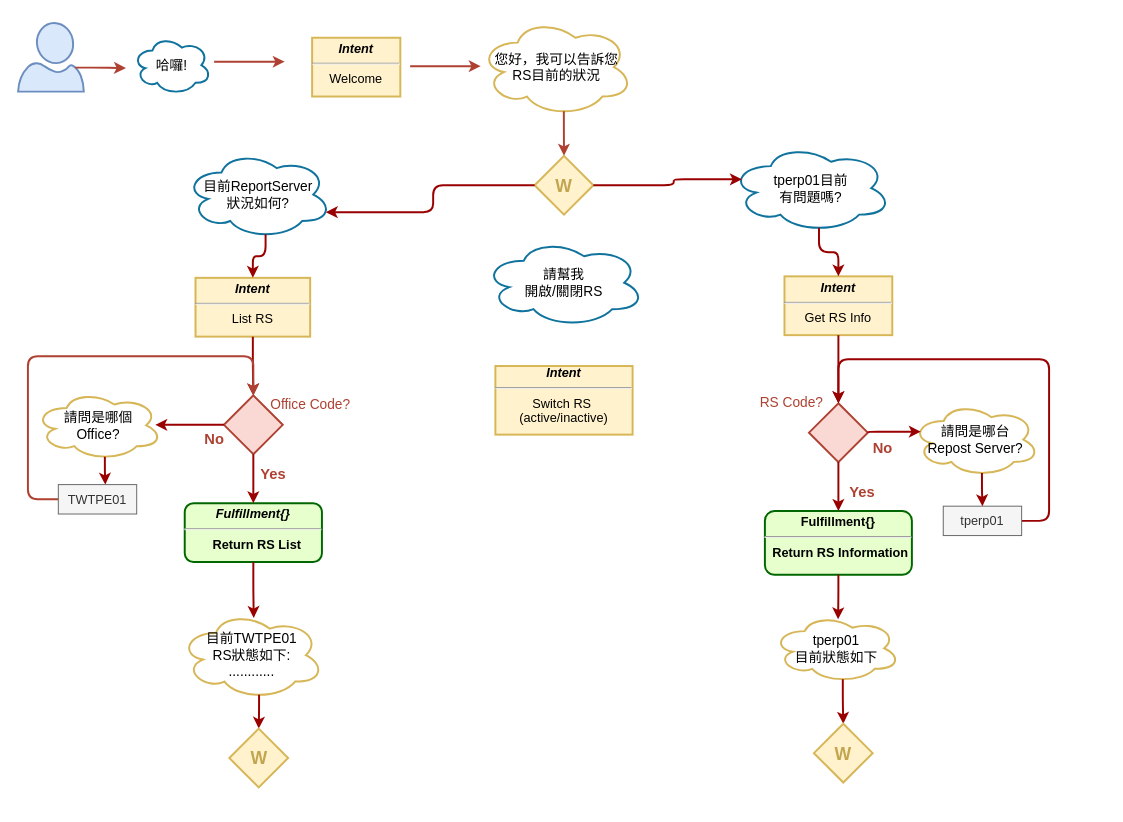
Above: page "whl_report" (3 of 3) of resources/assets/qa_bot dialog flow.drawio in shihxuancheng/qa_bot (draw.io), before the change. Source tidied: cells renumbered, new cells numbered last; positions are measured from the earlier drawing's top-left corner, leaving out a move shared by most shapes. Both pictures are drawn from the tidied source at 98%, with x=0, y=0 at pixel (18, 18).
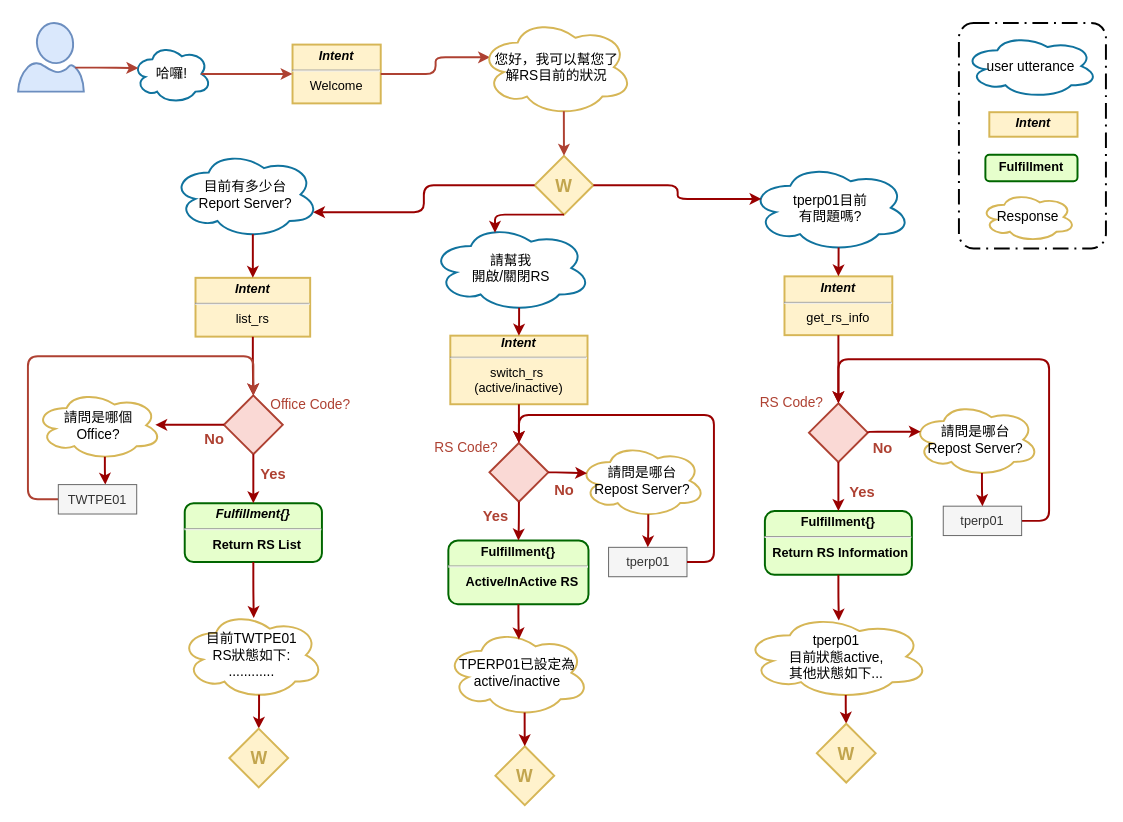
After the change.

Unchanged cells that the change refers to:
```xml
<mxCell id="5" style="verticalLabelPosition=bottom;html=1;verticalAlign=top;align=center;strokeColor=#6c8ebf;fillColor=#dae8fc;shape=mxgraph.azure.user;strokeWidth=2;" parent="1" vertex="1">
  <mxGeometry y="5" width="67" height="70" as="geometry" />
</mxCell>
<mxCell id="33" value="&lt;p style=&quot;line-height: 100%; font-size: 18px;&quot;&gt;W&lt;/p&gt;" style="strokeWidth=2;html=1;shape=mxgraph.flowchart.decision;whiteSpace=wrap;shadow=0;fillColor=#fff2cc;fontSize=18;labelBorderColor=none;strokeColor=#d6b656;spacing=0;fontStyle=1;fontColor=#C2A54E;" parent="1" vertex="1">
  <mxGeometry x="527" y="140.5" width="60" height="60" as="geometry" />
</mxCell>
```

Diff of the diagram source:
```diff
@@
-    <mxCell id="2" value="&lt;p style=&quot;margin: 4px 0px 0px ; font-size: 13px&quot;&gt;&lt;b style=&quot;font-size: 13px&quot;&gt;&lt;i style=&quot;font-size: 13px&quot;&gt;Intent&lt;/i&gt;&lt;/b&gt;&lt;/p&gt;&lt;hr style=&quot;font-size: 13px&quot;&gt;&lt;div style=&quot;height: 2px ; font-size: 13px&quot;&gt;List RS&lt;/div&gt;" style="verticalAlign=top;align=center;overflow=fill;fontSize=13;fontFamily=Helvetica;html=1;fillColor=#fff2cc;strokeColor=#d6b656;gradientColor=none;strokeWidth=2;" parent="1" vertex="1">
+    <mxCell id="2" value="&lt;p style=&quot;margin: 4px 0px 0px ; font-size: 13px&quot;&gt;&lt;b style=&quot;font-size: 13px&quot;&gt;&lt;i style=&quot;font-size: 13px&quot;&gt;Intent&lt;/i&gt;&lt;/b&gt;&lt;/p&gt;&lt;hr style=&quot;font-size: 13px&quot;&gt;&lt;div style=&quot;height: 2px ; font-size: 13px&quot;&gt;list_rs&lt;/div&gt;" style="verticalAlign=top;align=center;overflow=fill;fontSize=13;fontFamily=Helvetica;html=1;fillColor=#fff2cc;strokeColor=#d6b656;gradientColor=none;strokeWidth=2;" parent="1" vertex="1">
       <mxGeometry x="181" y="265" width="117" height="60" as="geometry" />
     </mxCell>
-    <mxCell id="3" value="&lt;b&gt;&lt;i&gt;Intent&lt;/i&gt;&lt;/b&gt;&lt;br&gt;&lt;hr&gt;Switch RS&amp;nbsp;&lt;br&gt;(active/inactive)&lt;br&gt;" style="verticalAlign=top;align=center;overflow=fill;fontSize=13;fontFamily=Helvetica;fillColor=#fff2cc;strokeColor=#d6b656;gradientColor=none;strokeWidth=2;html=1;" parent="1" vertex="1">
-      <mxGeometry x="487" y="355" width="140" height="70" as="geometry" />
+    <mxCell id="3" value="&lt;b&gt;&lt;i&gt;Intent&lt;/i&gt;&lt;/b&gt;&lt;br&gt;&lt;hr&gt;switch_rs&amp;nbsp;&lt;br&gt;(active/inactive)" style="verticalAlign=top;align=center;overflow=fill;fontSize=13;fontFamily=Helvetica;fillColor=#fff2cc;strokeColor=#d6b656;gradientColor=none;strokeWidth=2;html=1;" parent="1" vertex="1">
+      <mxGeometry x="441" y="324" width="140" height="70" as="geometry" />
     </mxCell>
-    <mxCell id="4" value="&lt;p style=&quot;margin: 4px 0px 0px ; font-size: 13px&quot;&gt;&lt;b style=&quot;font-size: 13px&quot;&gt;&lt;i style=&quot;font-size: 13px&quot;&gt;Intent&lt;/i&gt;&lt;/b&gt;&lt;/p&gt;&lt;hr style=&quot;font-size: 13px&quot;&gt;&lt;div style=&quot;height: 2px ; font-size: 13px&quot;&gt;Get RS Info&lt;/div&gt;" style="verticalAlign=top;align=center;overflow=fill;fontSize=13;fontFamily=Helvetica;html=1;fillColor=#fff2cc;strokeColor=#d6b656;strokeWidth=2;" parent="1" vertex="1">
+    <mxCell id="4" value="&lt;p style=&quot;margin: 4px 0px 0px ; font-size: 13px&quot;&gt;&lt;b style=&quot;font-size: 13px&quot;&gt;&lt;i style=&quot;font-size: 13px&quot;&gt;Intent&lt;/i&gt;&lt;/b&gt;&lt;/p&gt;&lt;hr style=&quot;font-size: 13px&quot;&gt;&lt;div style=&quot;height: 2px ; font-size: 13px&quot;&gt;get_rs_info&lt;/div&gt;" style="verticalAlign=top;align=center;overflow=fill;fontSize=13;fontFamily=Helvetica;html=1;fillColor=#fff2cc;strokeColor=#d6b656;strokeWidth=2;" parent="1" vertex="1">
       <mxGeometry x="782" y="263.5" width="110" height="60" as="geometry" />
     </mxCell>
@@
-    <mxCell id="22" value="目前ReportServer&lt;br&gt;狀況如何?" style="ellipse;shape=cloud;whiteSpace=wrap;html=1;rounded=0;shadow=0;glass=0;comic=0;strokeColor=#10739e;strokeWidth=2;fillColor=none;fontSize=14;" parent="1" vertex="1">
-      <mxGeometry x="170" y="135" width="150" height="90" as="geometry" />
+    <mxCell id="22" value="目前有多少台&lt;br&gt;Report Server?" style="ellipse;shape=cloud;whiteSpace=wrap;html=1;rounded=0;shadow=0;glass=0;comic=0;strokeColor=#10739e;strokeWidth=2;fillColor=none;fontSize=14;" parent="1" vertex="1">
+      <mxGeometry x="157" y="135" width="150" height="90" as="geometry" />
     </mxCell>
@@
     <mxCell id="30" value="哈囉!" style="ellipse;shape=cloud;whiteSpace=wrap;html=1;rounded=0;shadow=0;glass=0;comic=0;strokeColor=#10739e;strokeWidth=2;fillColor=none;fontSize=14;" parent="1" vertex="1">
-      <mxGeometry x="117" y="18" width="80" height="60" as="geometry" />
+      <mxGeometry x="117" y="27" width="80" height="60" as="geometry" />
     </mxCell>
-    <mxCell id="31" style="strokeColor=#AE4132;strokeWidth=2;exitX=0.87;exitY=0.65;exitDx=0;exitDy=0;rounded=1;edgeStyle=elbowEdgeStyle;fontSize=13;exitPerimeter=0;" parent="1" edge="1" source="5">
-      <mxGeometry relative="1" as="geometry">
-        <mxPoint x="110" y="51" as="targetPoint" />
-      </mxGeometry>
+    <mxCell id="31" style="strokeColor=#AE4132;strokeWidth=2;exitX=0.87;exitY=0.65;exitDx=0;exitDy=0;rounded=1;edgeStyle=elbowEdgeStyle;fontSize=13;exitPerimeter=0;entryX=0.07;entryY=0.4;entryDx=0;entryDy=0;entryPerimeter=0;" parent="1" edge="1" source="5" target="30">
+      <mxGeometry relative="1" as="geometry" />
     </mxCell>
     <mxCell id="32" value="&lt;p style=&quot;margin: 4px 0px 0px ; font-size: 13px&quot;&gt;&lt;b style=&quot;font-size: 13px&quot;&gt;&lt;i style=&quot;font-size: 13px&quot;&gt;Intent&lt;/i&gt;&lt;/b&gt;&lt;/p&gt;&lt;hr style=&quot;font-size: 13px&quot;&gt;&lt;div style=&quot;height: 2px ; font-size: 13px&quot;&gt;Welcome&lt;/div&gt;" style="verticalAlign=top;align=center;overflow=fill;fontSize=13;fontFamily=Helvetica;html=1;fillColor=#fff2cc;strokeColor=#d6b656;strokeWidth=2;" parent="1" vertex="1">
-      <mxGeometry x="300" y="20" width="90" height="60" as="geometry" />
+      <mxGeometry x="280" y="27" width="90" height="60" as="geometry" />
     </mxCell>
@@
-    <mxCell id="34" style="strokeColor=#AE4132;strokeWidth=2;exitX=0.87;exitY=0.65;exitDx=0;exitDy=0;entryX=0.16;entryY=0.55;entryDx=0;entryDy=0;rounded=1;edgeStyle=elbowEdgeStyle;fontSize=13;exitPerimeter=0;entryPerimeter=0;" parent="1" edge="1">
-      <mxGeometry relative="1" as="geometry">
-        <mxPoint x="200" y="44.5" as="sourcePoint" />
-        <mxPoint x="272" y="44.5" as="targetPoint" />
-      </mxGeometry>
+    <mxCell id="34" style="strokeColor=#AE4132;strokeWidth=2;entryX=0;entryY=0.5;entryDx=0;entryDy=0;rounded=1;edgeStyle=elbowEdgeStyle;fontSize=13;exitX=0.875;exitY=0.5;exitDx=0;exitDy=0;exitPerimeter=0;" parent="1" edge="1" source="30" target="32">
+      <mxGeometry relative="1" as="geometry" />
     </mxCell>
-    <mxCell id="35" style="strokeColor=#AE4132;strokeWidth=2;exitX=0.87;exitY=0.65;exitDx=0;exitDy=0;entryX=0.16;entryY=0.55;entryDx=0;entryDy=0;rounded=1;edgeStyle=elbowEdgeStyle;fontSize=13;exitPerimeter=0;entryPerimeter=0;" parent="1" edge="1">
-      <mxGeometry relative="1" as="geometry">
-        <mxPoint x="400" y="49" as="sourcePoint" />
-        <mxPoint x="472" y="49" as="targetPoint" />
-      </mxGeometry>
+    <mxCell id="35" style="strokeColor=#AE4132;strokeWidth=2;exitX=1;exitY=0.5;exitDx=0;exitDy=0;entryX=0.07;entryY=0.4;entryDx=0;entryDy=0;rounded=1;edgeStyle=elbowEdgeStyle;fontSize=13;entryPerimeter=0;" parent="1" edge="1" source="32" target="36">
+      <mxGeometry relative="1" as="geometry" />
     </mxCell>
-    <mxCell id="36" value="您好，我可以告訴您&lt;br&gt;RS目前的狀況" style="ellipse;shape=cloud;whiteSpace=wrap;html=1;rounded=0;shadow=0;glass=0;comic=0;strokeColor=#D6B656;strokeWidth=2;fillColor=none;fontSize=14;" parent="1" vertex="1">
+    <mxCell id="36" value="您好，我可以幫您了&lt;br&gt;解RS目前的狀況" style="ellipse;shape=cloud;whiteSpace=wrap;html=1;rounded=0;shadow=0;glass=0;comic=0;strokeColor=#D6B656;strokeWidth=2;fillColor=none;fontSize=14;" parent="1" vertex="1">
       <mxGeometry x="470.5" width="157" height="100" as="geometry" />
     </mxCell>
@@
     <mxCell id="40" value="tperp01目前&lt;br&gt;有問題嗎?" style="ellipse;shape=cloud;whiteSpace=wrap;html=1;rounded=0;shadow=0;glass=0;comic=0;strokeColor=#10739e;strokeWidth=2;fillColor=none;fontSize=14;" parent="1" vertex="1">
-      <mxGeometry x="727" y="128.5" width="164" height="90" as="geometry" />
+      <mxGeometry x="747" y="148.5" width="164" height="90" as="geometry" />
     </mxCell>
@@
-    <mxCell id="45" value="tperp01&lt;br&gt;目前狀態如下" style="ellipse;shape=cloud;whiteSpace=wrap;html=1;rounded=0;shadow=0;glass=0;comic=0;strokeColor=#D6B656;strokeWidth=2;fillColor=none;fontSize=14;" parent="1" vertex="1">
-      <mxGeometry x="770" y="608" width="130" height="70" as="geometry" />
+    <mxCell id="45" value="tperp01&lt;br&gt;目前狀態active, &lt;br&gt;其他狀態如下..." style="ellipse;shape=cloud;whiteSpace=wrap;html=1;rounded=0;shadow=0;glass=0;comic=0;strokeColor=#D6B656;strokeWidth=2;fillColor=none;fontSize=14;" parent="1" vertex="1">
+      <mxGeometry x="740" y="608" width="190" height="87" as="geometry" />
     </mxCell>
@@
     <mxCell id="48" value="&lt;p style=&quot;line-height: 100%; font-size: 18px;&quot;&gt;W&lt;/p&gt;" style="strokeWidth=2;html=1;shape=mxgraph.flowchart.decision;whiteSpace=wrap;shadow=0;fillColor=#fff2cc;fontSize=18;labelBorderColor=none;strokeColor=#d6b656;spacing=0;fontStyle=1;fontColor=#C2A54E;" parent="1" vertex="1">
-      <mxGeometry x="812" y="720" width="60" height="60" as="geometry" />
+      <mxGeometry x="815" y="720" width="60" height="60" as="geometry" />
     </mxCell>
@@
-    <mxCell id="50" style="strokeColor=#990000;strokeWidth=2;exitX=0;exitY=0.5;exitDx=0;exitDy=0;rounded=1;edgeStyle=orthogonalEdgeStyle;elbow=vertical;fontSize=13;exitPerimeter=0;entryX=0.96;entryY=0.7;entryDx=0;entryDy=0;entryPerimeter=0;" parent="1" edge="1" source="33" target="22">
+    <mxCell id="50" style="strokeColor=#990000;strokeWidth=2;exitX=0;exitY=0.5;exitDx=0;exitDy=0;rounded=1;edgeStyle=elbowEdgeStyle;fontSize=13;exitPerimeter=0;entryX=0.96;entryY=0.7;entryDx=0;entryDy=0;entryPerimeter=0;" parent="1" edge="1" source="33" target="22">
       <mxGeometry relative="1" as="geometry" />
     </mxCell>
-    <mxCell id="51" style="strokeColor=#990000;strokeWidth=2;exitX=1;exitY=0.5;exitDx=0;exitDy=0;rounded=1;edgeStyle=orthogonalEdgeStyle;elbow=vertical;fontSize=13;exitPerimeter=0;entryX=0.07;entryY=0.4;entryDx=0;entryDy=0;entryPerimeter=0;" parent="1" edge="1" source="33" target="40">
-      <mxGeometry relative="1" as="geometry">
-        <Array as="points">
-          <mxPoint x="669" y="171" />
-          <mxPoint x="669" y="165" />
-        </Array>
-      </mxGeometry>
+    <mxCell id="51" style="strokeColor=#990000;strokeWidth=2;exitX=1;exitY=0.5;exitDx=0;exitDy=0;rounded=1;edgeStyle=elbowEdgeStyle;fontSize=13;exitPerimeter=0;entryX=0.07;entryY=0.4;entryDx=0;entryDy=0;entryPerimeter=0;" parent="1" edge="1" source="33" target="40">
+      <mxGeometry relative="1" as="geometry" />
     </mxCell>
     <mxCell id="52" value="請幫我&lt;br&gt;開啟/關閉RS" style="ellipse;shape=cloud;whiteSpace=wrap;html=1;rounded=0;shadow=0;glass=0;comic=0;strokeColor=#10739e;strokeWidth=2;fillColor=none;fontSize=14;" parent="1" vertex="1">
-      <mxGeometry x="475" y="225" width="164" height="90" as="geometry" />
+      <mxGeometry x="421" y="210" width="164" height="90" as="geometry" />
     </mxCell>
+    <mxCell id="53" style="strokeColor=#990000;strokeWidth=2;exitX=0.55;exitY=0.95;exitDx=0;exitDy=0;entryX=0.5;entryY=0;entryDx=0;entryDy=0;rounded=1;edgeStyle=elbowEdgeStyle;elbow=vertical;fontSize=13;exitPerimeter=0;" parent="1" edge="1" source="52" target="3">
+      <mxGeometry relative="1" as="geometry" />
+    </mxCell>
+    <mxCell id="54" value="&lt;p style=&quot;margin: 4px 0px 0px ; font-size: 13px&quot;&gt;&lt;strong style=&quot;font-size: 13px&quot;&gt;Fulfillment{}&lt;/strong&gt;&lt;/p&gt;&lt;hr style=&quot;font-size: 13px&quot;&gt;&lt;p style=&quot;margin: 0px 0px 0px 8px ; font-size: 13px&quot;&gt;Active/InActive RS&lt;/p&gt;" style="verticalAlign=middle;align=center;overflow=fill;fontSize=13;fontFamily=Helvetica;html=1;rounded=1;fontStyle=1;strokeWidth=2;fillColor=#E6FFCC;strokeColor=#006600;" parent="1" vertex="1">
+      <mxGeometry x="439" y="533" width="143" height="65" as="geometry" />
+    </mxCell>
+    <mxCell id="55" value="&lt;p style=&quot;line-height: 100%&quot;&gt;&lt;br&gt;&lt;/p&gt;" style="strokeWidth=2;html=1;shape=mxgraph.flowchart.decision;whiteSpace=wrap;shadow=0;fillColor=#fad9d5;fontSize=13;labelBorderColor=none;strokeColor=#ae4132;spacing=0;" parent="1" vertex="1">
+      <mxGeometry x="481" y="433.5" width="60" height="60" as="geometry" />
+    </mxCell>
+    <mxCell id="56" style="strokeColor=#990000;strokeWidth=2;exitX=0.5;exitY=1;exitDx=0;exitDy=0;entryX=0.5;entryY=0;entryDx=0;entryDy=0;rounded=1;edgeStyle=elbowEdgeStyle;elbow=vertical;fontSize=13;entryPerimeter=0;" parent="1" edge="1" source="3" target="55">
+      <mxGeometry relative="1" as="geometry" />
+    </mxCell>
+    <mxCell id="57" style="strokeColor=#990000;strokeWidth=2;exitX=0.5;exitY=1;exitDx=0;exitDy=0;entryX=0.5;entryY=0;entryDx=0;entryDy=0;rounded=1;edgeStyle=elbowEdgeStyle;elbow=vertical;fontSize=13;exitPerimeter=0;" parent="1" edge="1" source="55" target="54">
+      <mxGeometry relative="1" as="geometry" />
+    </mxCell>
+    <mxCell id="58" value="&lt;span&gt;&lt;font style=&quot;font-size: 14px&quot;&gt;RS Code?&lt;/font&gt;&lt;/span&gt;" style="text;html=1;align=center;verticalAlign=middle;fillColor=none;strokeColor=none;rounded=0;shadow=0;fontSize=13;fontStyle=0;comic=0;fontColor=#AE4132;" parent="1" vertex="1">
+      <mxGeometry x="417" y="428" width="80" height="20" as="geometry" />
+    </mxCell>
+    <mxCell id="59" value="&lt;b&gt;&lt;font style=&quot;font-size: 15px&quot;&gt;No&lt;/font&gt;&lt;/b&gt;" style="text;html=1;align=center;verticalAlign=middle;fillColor=none;strokeColor=none;rounded=0;shadow=0;fontSize=13;fontColor=#AE4132;" parent="1" vertex="1">
+      <mxGeometry x="537" y="471" width="40" height="20" as="geometry" />
+    </mxCell>
+    <mxCell id="60" value="請問是哪台&lt;br&gt;Repost Server?&lt;br&gt;" style="ellipse;shape=cloud;whiteSpace=wrap;html=1;rounded=0;shadow=0;glass=0;comic=0;strokeColor=#D6B656;strokeWidth=2;fillColor=none;fontSize=14;" parent="1" vertex="1">
+      <mxGeometry x="571.5" y="434" width="130" height="76" as="geometry" />
+    </mxCell>
+    <mxCell id="61" value="tperp01" style="rounded=0;whiteSpace=wrap;html=1;strokeWidth=1;fontSize=13;fillColor=#f5f5f5;strokeColor=#666666;fontColor=#333333;" parent="1" vertex="1">
+      <mxGeometry x="602.5" y="540" width="80" height="30" as="geometry" />
+    </mxCell>
+    <mxCell id="62" style="strokeColor=#990000;strokeWidth=2;rounded=1;edgeStyle=orthogonalEdgeStyle;elbow=vertical;fontSize=13;exitX=1;exitY=0.5;exitDx=0;exitDy=0;exitPerimeter=0;entryX=0.07;entryY=0.4;entryDx=0;entryDy=0;entryPerimeter=0;" parent="1" edge="1" source="55" target="60">
+      <mxGeometry relative="1" as="geometry" />
+    </mxCell>
+    <mxCell id="63" style="strokeColor=#990000;strokeWidth=2;exitX=0.55;exitY=0.95;exitDx=0;exitDy=0;rounded=1;edgeStyle=elbowEdgeStyle;elbow=vertical;fontSize=13;exitPerimeter=0;entryX=0.5;entryY=0;entryDx=0;entryDy=0;" parent="1" edge="1" source="60" target="61">
+      <mxGeometry relative="1" as="geometry" />
+    </mxCell>
+    <mxCell id="64" value="&lt;b&gt;&lt;font style=&quot;font-size: 15px&quot;&gt;Yes&lt;/font&gt;&lt;/b&gt;" style="text;html=1;align=center;verticalAlign=middle;fillColor=none;strokeColor=none;rounded=0;shadow=0;fontSize=13;fontColor=#AE4132;" parent="1" vertex="1">
+      <mxGeometry x="467" y="498" width="40" height="20" as="geometry" />
+    </mxCell>
+    <mxCell id="65" style="strokeColor=#990000;strokeWidth=2;rounded=1;edgeStyle=orthogonalEdgeStyle;elbow=vertical;fontSize=13;entryX=0.5;entryY=0;entryDx=0;entryDy=0;entryPerimeter=0;exitX=1;exitY=0.5;exitDx=0;exitDy=0;" parent="1" edge="1" source="61" target="55">
+      <mxGeometry relative="1" as="geometry">
+        <Array as="points">
+          <mxPoint x="710" y="555" />
+          <mxPoint x="710" y="405" />
+          <mxPoint x="511" y="405" />
+        </Array>
+      </mxGeometry>
+    </mxCell>
+    <mxCell id="66" value="TPERP01已設定為active/inactive" style="ellipse;shape=cloud;whiteSpace=wrap;html=1;rounded=0;shadow=0;glass=0;comic=0;strokeColor=#D6B656;strokeWidth=2;fillColor=none;fontSize=14;" parent="1" vertex="1">
+      <mxGeometry x="436" y="623" width="147" height="90" as="geometry" />
+    </mxCell>
+    <mxCell id="67" value="&lt;p style=&quot;line-height: 100%; font-size: 18px;&quot;&gt;W&lt;/p&gt;" style="strokeWidth=2;html=1;shape=mxgraph.flowchart.decision;whiteSpace=wrap;shadow=0;fillColor=#fff2cc;fontSize=18;labelBorderColor=none;strokeColor=#d6b656;spacing=0;fontStyle=1;fontColor=#C2A54E;" parent="1" vertex="1">
+      <mxGeometry x="487" y="743" width="60" height="60" as="geometry" />
+    </mxCell>
+    <mxCell id="68" style="strokeColor=#990000;strokeWidth=2;exitX=0.5;exitY=1;exitDx=0;exitDy=0;rounded=1;edgeStyle=elbowEdgeStyle;elbow=vertical;fontSize=13;entryX=0.51;entryY=0.122;entryDx=0;entryDy=0;entryPerimeter=0;" parent="1" edge="1" source="54" target="66">
+      <mxGeometry relative="1" as="geometry" />
+    </mxCell>
+    <mxCell id="69" style="strokeColor=#990000;strokeWidth=2;exitX=0.55;exitY=0.95;exitDx=0;exitDy=0;rounded=1;edgeStyle=elbowEdgeStyle;elbow=vertical;fontSize=13;entryX=0.5;entryY=0;entryDx=0;entryDy=0;entryPerimeter=0;exitPerimeter=0;" parent="1" edge="1" source="66" target="67">
+      <mxGeometry relative="1" as="geometry" />
+    </mxCell>
+    <mxCell id="70" style="strokeColor=#990000;strokeWidth=2;exitX=0.5;exitY=1;exitDx=0;exitDy=0;rounded=1;edgeStyle=orthogonalEdgeStyle;fontSize=13;exitPerimeter=0;entryX=0.4;entryY=0.1;entryDx=0;entryDy=0;entryPerimeter=0;" parent="1" edge="1" source="33" target="52">
+      <mxGeometry relative="1" as="geometry">
+        <Array as="points">
+          <mxPoint x="487" y="201" />
+        </Array>
+      </mxGeometry>
+    </mxCell>
+    <mxCell id="71" style="rounded=1;arcSize=10;dashed=1;strokeColor=#000000;fillColor=none;gradientColor=none;dashPattern=8 3 1 3;strokeWidth=2;" parent="1" vertex="1">
+      <mxGeometry x="960" y="5" width="150" height="230" as="geometry" />
+    </mxCell>
+    <mxCell id="72" value="Response" style="ellipse;shape=cloud;whiteSpace=wrap;html=1;rounded=0;shadow=0;glass=0;comic=0;strokeColor=#D6B656;strokeWidth=2;fillColor=none;fontSize=14;" parent="1" vertex="1">
+      <mxGeometry x="982" y="178" width="97" height="50" as="geometry" />
+    </mxCell>
+    <mxCell id="73" value="&lt;p style=&quot;margin: 4px 0px 0px ; font-size: 13px&quot;&gt;&lt;b style=&quot;font-size: 13px&quot;&gt;&lt;i style=&quot;font-size: 13px&quot;&gt;Intent&lt;/i&gt;&lt;/b&gt;&lt;/p&gt;" style="verticalAlign=top;align=center;overflow=fill;fontSize=13;fontFamily=Helvetica;html=1;fillColor=#fff2cc;strokeColor=#d6b656;strokeWidth=2;" parent="1" vertex="1">
+      <mxGeometry x="991" y="96" width="90" height="25" as="geometry" />
+    </mxCell>
+    <mxCell id="74" value="&lt;p style=&quot;margin: 4px 0px 0px ; font-size: 13px&quot;&gt;&lt;strong style=&quot;font-size: 13px&quot;&gt;Fulfillment&lt;/strong&gt;&lt;/p&gt;" style="verticalAlign=middle;align=center;overflow=fill;fontSize=13;fontFamily=Helvetica;html=1;rounded=1;fontStyle=1;strokeWidth=2;fillColor=#E6FFCC;strokeColor=#006600;" parent="1" vertex="1">
+      <mxGeometry x="987" y="139.5" width="94" height="27" as="geometry" />
+    </mxCell>
+    <mxCell id="75" value="user utterance" style="ellipse;shape=cloud;whiteSpace=wrap;html=1;rounded=0;shadow=0;glass=0;comic=0;strokeColor=#10739e;strokeWidth=2;fillColor=none;fontSize=14;" parent="1" vertex="1">
+      <mxGeometry x="965" y="16.5" width="137" height="65" as="geometry" />
+    </mxCell>
```
